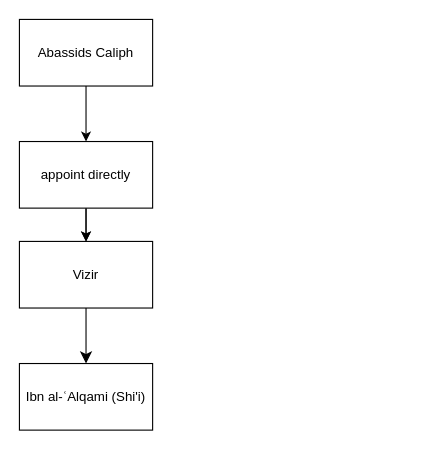
Before: page "Al-Mustaʿṣim" (4 of 4) of Islamic Governance.drawio in azryzdy/hobbies, a draw.io diagram. Source tidied: cells renumbered, new cells numbered last; positions are measured from the earlier drawing's top-left corner, leaving out a move shared by most shapes. Both pictures are drawn from the tidied source at 111%, with x=0, y=0 at pixel (19, 19).
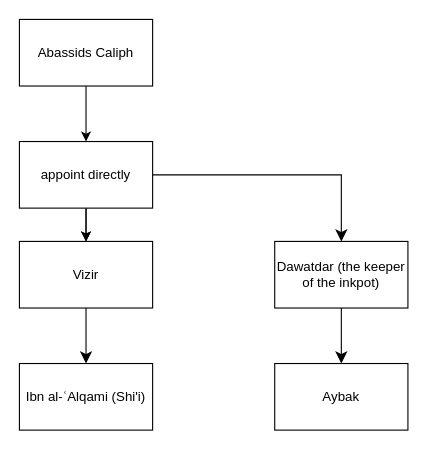
Above is the later version.

Change to the diagram source:
```diff
@@
 <mxGraphModel>
   <root>
     <mxCell id="0" />
     <mxCell id="1" parent="0" />
     <mxCell id="2" style="edgeStyle=orthogonalEdgeStyle;rounded=0;jettySize=auto;html=1;entryX=0.5;entryY=0;entryDx=0;entryDy=0;" parent="1" edge="1" source="3" target="8">
       <mxGeometry relative="1" as="geometry" />
     </mxCell>
     <mxCell id="3" value="Abassids Caliph" style="rounded=0;whiteSpace=wrap;html=1;" parent="1" vertex="1">
       <mxGeometry width="120" height="60" as="geometry" />
     </mxCell>
     <mxCell id="4" style="edgeStyle=none;curved=1;rounded=0;jettySize=auto;html=1;entryX=0.5;entryY=0;entryDx=0;entryDy=0;fontSize=12;startSize=8;endSize=8;" parent="1" edge="1" source="5" target="9">
       <mxGeometry relative="1" as="geometry" />
     </mxCell>
     <mxCell id="5" value="Vizir" style="rounded=0;whiteSpace=wrap;html=1;" parent="1" vertex="1">
       <mxGeometry y="200" width="120" height="60" as="geometry" />
     </mxCell>
     <mxCell id="6" style="edgeStyle=orthogonalEdgeStyle;rounded=0;jettySize=auto;html=1;" parent="1" edge="1" source="8" target="5">
       <mxGeometry relative="1" as="geometry" />
     </mxCell>
     <mxCell id="7" style="edgeStyle=orthogonalEdgeStyle;rounded=0;jettySize=auto;html=1;" parent="1" edge="1" source="8" target="5">
       <mxGeometry relative="1" as="geometry" />
     </mxCell>
+    <mxCell id="10" style="edgeStyle=orthogonalEdgeStyle;rounded=0;jettySize=auto;html=1;entryX=0.5;entryY=0;entryDx=0;entryDy=0;fontSize=12;startSize=8;endSize=8;" parent="1" edge="1" source="8" target="12">
+      <mxGeometry relative="1" as="geometry" />
+    </mxCell>
     <mxCell id="8" value="appoint directly" style="rounded=0;whiteSpace=wrap;html=1;" parent="1" vertex="1">
       <mxGeometry y="110" width="120" height="60" as="geometry" />
     </mxCell>
     <mxCell id="9" value="Ibn al-ʿAlqami (Shi'i)" style="rounded=0;whiteSpace=wrap;html=1;" parent="1" vertex="1">
       <mxGeometry y="310" width="120" height="60" as="geometry" />
     </mxCell>
+    <mxCell id="11" style="edgeStyle=none;curved=1;rounded=0;jettySize=auto;html=1;entryX=0.5;entryY=0;entryDx=0;entryDy=0;fontSize=12;startSize=8;endSize=8;" parent="1" edge="1" source="12" target="13">
+      <mxGeometry relative="1" as="geometry" />
+    </mxCell>
+    <mxCell id="12" value="Dawatdar (the keeper of the inkpot)" style="rounded=0;whiteSpace=wrap;html=1;" parent="1" vertex="1">
+      <mxGeometry x="230" y="200" width="120" height="60" as="geometry" />
+    </mxCell>
+    <mxCell id="13" value="Aybak" style="rounded=0;whiteSpace=wrap;html=1;" parent="1" vertex="1">
+      <mxGeometry x="230" y="310" width="120" height="60" as="geometry" />
+    </mxCell>
   </root>
 </mxGraphModel>
```
